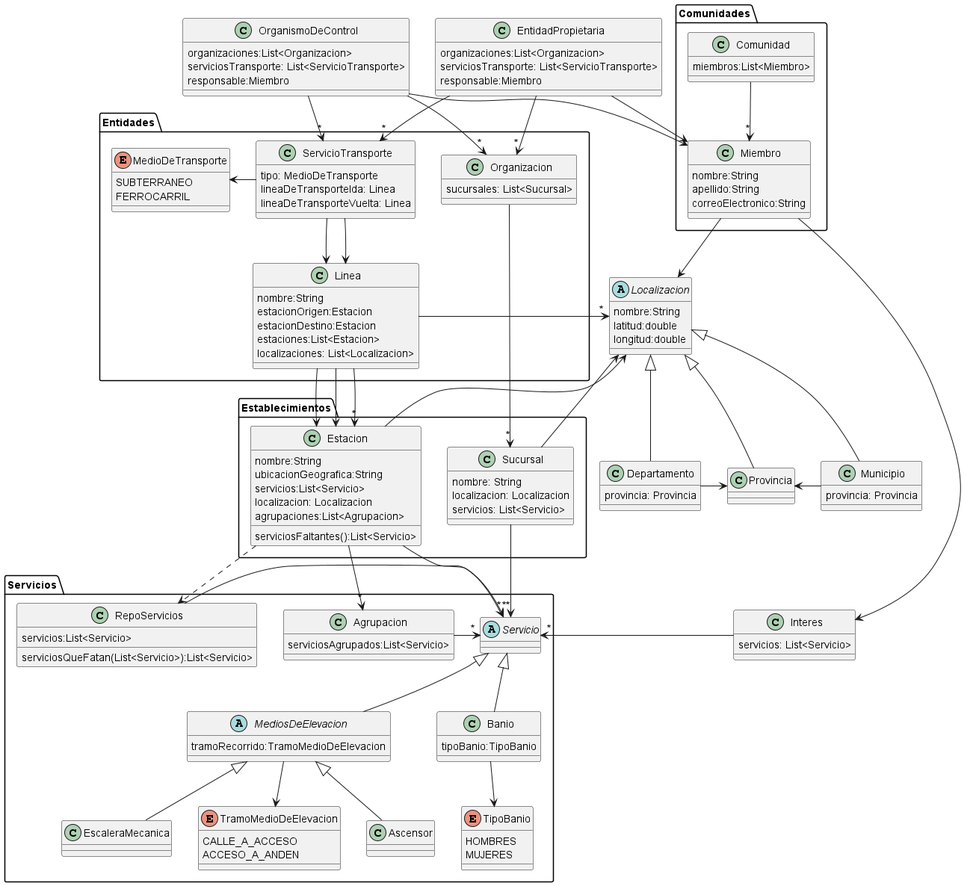
Before: Entrega-2/out/diagramaDeClasesV2.png, a diagram exported from PlantUML (tomidandrea/TPA-DDS-2023).
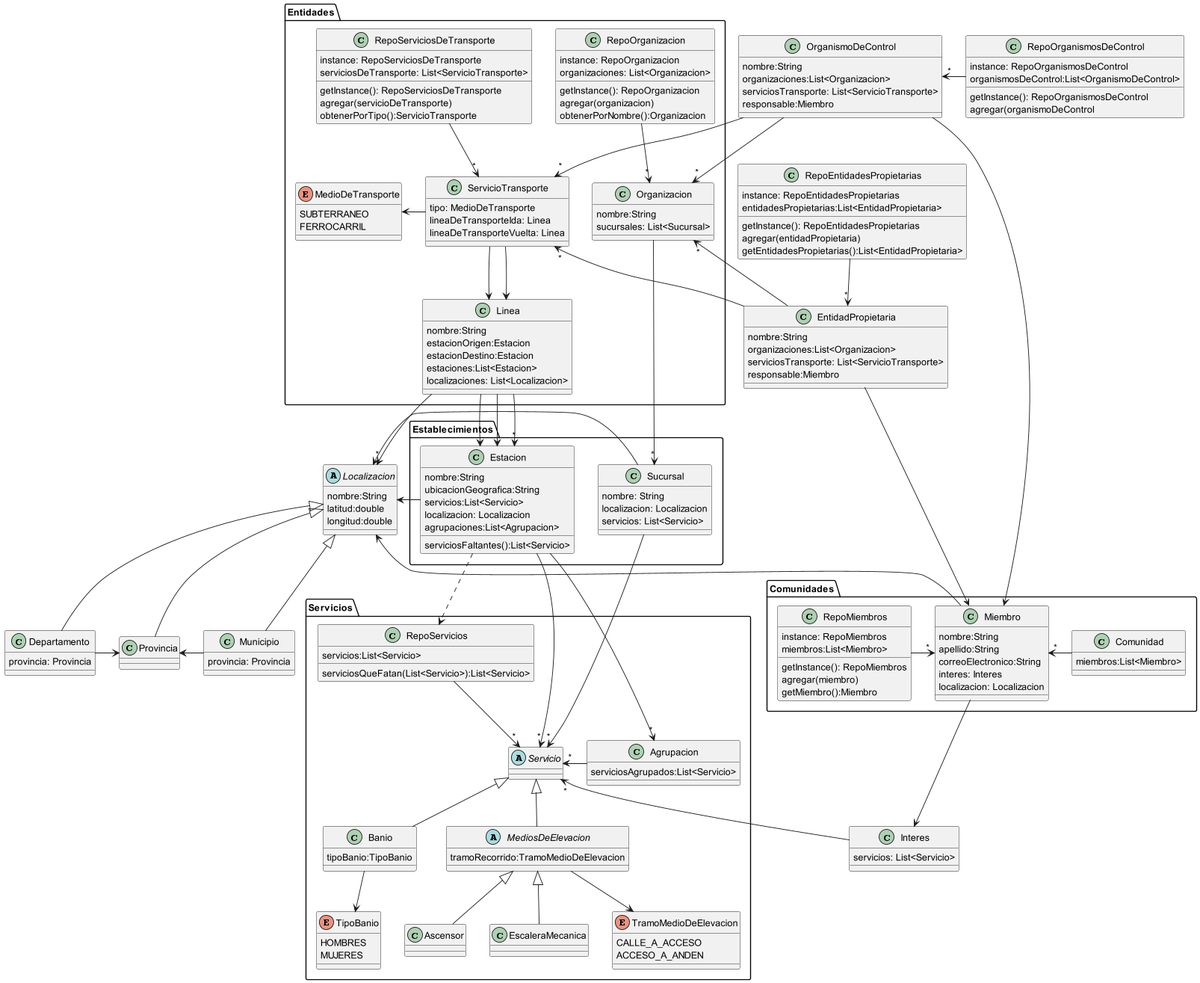
After the change.

Commit message:
actualizo diagrama

What changed in the source:
```diff
@@ -3,13 +3,30 @@
 package Entidades{
 
     class Organizacion{
+        nombre:String
         sucursales: List<Sucursal>
+    }
+
+    class RepoOrganizacion{
+        instance: RepoOrganizacion
+        organizaciones: List<Organizacion>
+        getInstance(): RepoOrganizacion
+        agregar(organizacion)
+        obtenerPorNombre():Organizacion
     }
 
     class ServicioTransporte{
         tipo: MedioDeTransporte
         lineaDeTransporteIda: Linea
         lineaDeTransporteVuelta: Linea
+    }
+
+    class RepoServiciosDeTransporte{
+        instance: RepoServiciosDeTransporte
+        serviciosDeTransporte: List<ServicioTransporte>
+        getInstance(): RepoServiciosDeTransporte
+        agregar(servicioDeTransporte)
+        obtenerPorTipo():ServicioTransporte
     }
 
     enum MedioDeTransporte{
@@ -28,6 +45,8 @@
     ServicioTransporte -left-> MedioDeTransporte
     ServicioTransporte --> Linea
     ServicioTransporte --> Linea
+    RepoOrganizacion -->"*" Organizacion
+    RepoServiciosDeTransporte -->"*" ServicioTransporte
 }
 
 package Establecimientos {
@@ -84,10 +103,10 @@
     MUJERES
   }
 
-    RepoServicios -left->"*" Servicio
+    RepoServicios -->"*" Servicio
     Estacion -->"*" Servicio
     Estacion -->"*" Agrupacion
-    Agrupacion -left->"*" Servicio
+    Agrupacion -right->"*" Servicio
     MediosDeElevacion -up-|> Servicio
     MediosDeElevacion --> TramoMedioDeElevacion
     Ascensor -up-|> MediosDeElevacion
@@ -104,20 +123,51 @@
         nombre:String
         apellido:String
         correoElectronico:String
+        interes: Interes
+        localizacion: Localizacion
     }
-    Comunidad -->"*" Miembro
+
+    class RepoMiembros{
+        instance: RepoMiembros
+        miembros:List<Miembro>
+        getInstance(): RepoMiembros
+        agregar(miembro)
+        getMiembro():Miembro
+    }
+
+    RepoMiembros -right->"*" Miembro
+    Comunidad -left->"*" Miembro
 }
 
 class EntidadPropietaria{
+    nombre:String
     organizaciones:List<Organizacion>
     serviciosTransporte: List<ServicioTransporte>
     responsable:Miembro
 }
 
+class RepoEntidadesPropietarias{
+    instance: RepoEntidadesPropietarias
+    entidadesPropietarias:List<EntidadPropietaria>
+
+    getInstance(): RepoEntidadesPropietarias
+    agregar(entidadPropietaria)
+    getEntidadesPropietarias():List<EntidadPropietaria>
+}
+
 class OrganismoDeControl{
+    nombre:String
     organizaciones:List<Organizacion>
     serviciosTransporte: List<ServicioTransporte>
     responsable:Miembro
+}
+
+class RepoOrganismosDeControl{
+    instance: RepoOrganismosDeControl
+    organismosDeControl:List<OrganismoDeControl>
+
+    getInstance(): RepoOrganismosDeControl
+    agregar(organismoDeControl
 }
 
 class Interes{
@@ -147,20 +197,23 @@
 Municipio-left->Provincia
 Departamento-right->Provincia
 
-Linea-left->"*"Localizacion
-Sucursal-->Localizacion
+Linea-right->"*"Localizacion
+Sucursal-right->Localizacion
 Sucursal-->"*"Servicio
 Estacion-->Localizacion
 
 Miembro-->Interes
-Interes-left->"*"Servicio
+Interes-up->"*"Servicio
 
-EntidadPropietaria-->"*"Organizacion
+EntidadPropietaria-up->"*"Organizacion
 EntidadPropietaria-->"*"ServicioTransporte
 EntidadPropietaria-down->Miembro
 OrganismoDeControl-->"*"Organizacion
 OrganismoDeControl-->"*"ServicioTransporte
 OrganismoDeControl-up->Miembro
+
+RepoEntidadesPropietarias-down->"*"EntidadPropietaria
+RepoOrganismosDeControl-left->"*"OrganismoDeControl
 
 Estacion..>RepoServicios
 Organizacion -->"*" Sucursal
```
